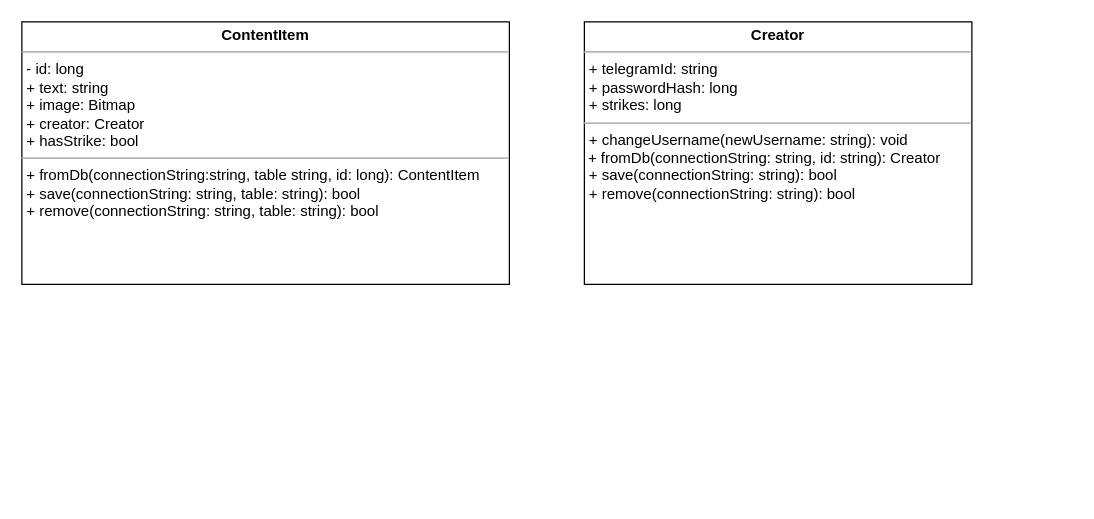
ankokovin/DevGAG-econ-law- keeps this draw.io diagram as econ/cetin/diagrams/class.drawio. Above is the earlier version. Source tidied: cells renumbered, new cells numbered last; positions are measured from the earlier drawing's top-left corner, leaving out a move shared by most shapes. Both pictures are drawn from the tidied source at 125%, with x=0, y=0 at pixel (21, 21).
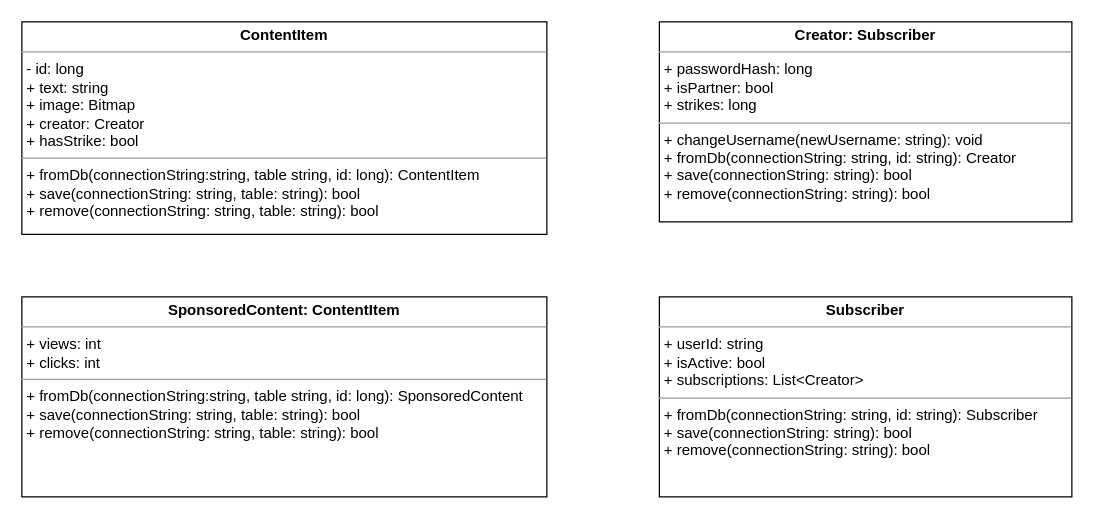
Above is the later version.

The edit, as a diff of the source:
```diff
@@
 <mxGraphModel background="#ffffff">
   <root>
     <mxCell id="0" />
     <mxCell id="1" parent="0" />
-    <mxCell id="2" value="&lt;p style=&quot;margin: 0px ; margin-top: 4px ; text-align: center&quot;&gt;&lt;b&gt;ContentItem&lt;/b&gt;&lt;/p&gt;&lt;hr size=&quot;1&quot;&gt;&lt;p style=&quot;margin: 0px ; margin-left: 4px&quot;&gt;- id: long&lt;br&gt;&lt;/p&gt;&lt;p style=&quot;margin: 0px ; margin-left: 4px&quot;&gt;+ text: string&lt;/p&gt;&lt;p style=&quot;margin: 0px ; margin-left: 4px&quot;&gt;+ image: Bitmap&lt;/p&gt;&lt;p style=&quot;margin: 0px ; margin-left: 4px&quot;&gt;+ creator: Creator&lt;/p&gt;&lt;p style=&quot;margin: 0px ; margin-left: 4px&quot;&gt;+ hasStrike: bool&lt;br&gt;&lt;/p&gt;&lt;hr size=&quot;1&quot;&gt;&lt;p style=&quot;margin: 0px ; margin-left: 4px&quot;&gt;+ fromDb(connectionString:string, table string, id: long): ContentItem&lt;/p&gt;&lt;p style=&quot;margin: 0px ; margin-left: 4px&quot;&gt;+ save(connectionString: string, table: string): bool&lt;/p&gt;&lt;p style=&quot;margin: 0px ; margin-left: 4px&quot;&gt;+ remove(connectionString: string, table: string): bool&lt;/p&gt;" style="verticalAlign=top;align=left;overflow=fill;fontSize=12;fontFamily=Helvetica;html=1;" parent="1" vertex="1">
-      <mxGeometry width="390" height="210" as="geometry" />
+    <mxCell id="2" value="&lt;p style=&quot;margin: 0px ; margin-top: 4px ; text-align: center&quot;&gt;&lt;b&gt;ContentItem&lt;/b&gt;&lt;/p&gt;&lt;hr size=&quot;1&quot;&gt;&lt;p style=&quot;margin: 0px ; margin-left: 4px&quot;&gt;- id: long&lt;br&gt;&lt;/p&gt;&lt;p style=&quot;margin: 0px ; margin-left: 4px&quot;&gt;+ text: string&lt;/p&gt;&lt;p style=&quot;margin: 0px ; margin-left: 4px&quot;&gt;+ image: Bitmap&lt;/p&gt;&lt;p style=&quot;margin: 0px ; margin-left: 4px&quot;&gt;+ creator: Creator&lt;/p&gt;&lt;p style=&quot;margin: 0px ; margin-left: 4px&quot;&gt;+ hasStrike: bool&lt;/p&gt;&lt;hr size=&quot;1&quot;&gt;&lt;p style=&quot;margin: 0px ; margin-left: 4px&quot;&gt;+ fromDb(connectionString:string, table string, id: long): ContentItem&lt;/p&gt;&lt;p style=&quot;margin: 0px ; margin-left: 4px&quot;&gt;+ save(connectionString: string, table: string): bool&lt;/p&gt;&lt;p style=&quot;margin: 0px ; margin-left: 4px&quot;&gt;+ remove(connectionString: string, table: string): bool&lt;/p&gt;" style="verticalAlign=top;align=left;overflow=fill;fontSize=12;fontFamily=Helvetica;html=1;" parent="1" vertex="1">
+      <mxGeometry width="420" height="170" as="geometry" />
     </mxCell>
-    <mxCell id="3" value="&lt;p style=&quot;margin: 0px ; margin-top: 4px ; text-align: center&quot;&gt;&lt;b&gt;Creator&lt;/b&gt;&lt;/p&gt;&lt;hr size=&quot;1&quot;&gt;&lt;p style=&quot;margin: 0px ; margin-left: 4px&quot;&gt;+ telegramId: string&lt;/p&gt;&lt;p style=&quot;margin: 0px ; margin-left: 4px&quot;&gt;+ passwordHash: long&lt;/p&gt;&lt;p style=&quot;margin: 0px ; margin-left: 4px&quot;&gt;+ strikes: long&lt;br&gt;&lt;/p&gt;&lt;hr size=&quot;1&quot;&gt;&lt;p style=&quot;margin: 0px ; margin-left: 4px&quot;&gt;+ changeUsername(newUsername: string): void&lt;br&gt;&lt;/p&gt;&amp;nbsp;+ fromDb(connectionString: string, id: string): Creator&lt;p style=&quot;margin: 0px ; margin-left: 4px&quot;&gt;+ save(connectionString: string): bool&lt;br&gt;&lt;/p&gt;&lt;p style=&quot;margin: 0px ; margin-left: 4px&quot;&gt;+ remove(connectionString: string): bool&lt;br&gt;&lt;/p&gt;" style="verticalAlign=top;align=left;overflow=fill;fontSize=12;fontFamily=Helvetica;html=1;" parent="1" vertex="1">
-      <mxGeometry x="450" width="310" height="210" as="geometry" />
+    <mxCell id="3" value="&lt;p style=&quot;margin: 0px ; margin-top: 4px ; text-align: center&quot;&gt;&lt;b&gt;Creator: Subscriber&lt;br&gt;&lt;/b&gt;&lt;/p&gt;&lt;hr size=&quot;1&quot;&gt;&lt;p style=&quot;margin: 0px ; margin-left: 4px&quot;&gt;+ passwordHash: long&lt;/p&gt;&lt;p style=&quot;margin: 0px ; margin-left: 4px&quot;&gt;+ isPartner: bool&lt;br&gt;&lt;/p&gt;&lt;p style=&quot;margin: 0px ; margin-left: 4px&quot;&gt;+ strikes: long&lt;br&gt;&lt;/p&gt;&lt;hr size=&quot;1&quot;&gt;&lt;p style=&quot;margin: 0px ; margin-left: 4px&quot;&gt;+ changeUsername(newUsername: string): void&lt;br&gt;&lt;/p&gt;&lt;p style=&quot;margin: 0px ; margin-left: 4px&quot;&gt; + fromDb(connectionString: string, id: string): Creator&lt;/p&gt;&lt;p style=&quot;margin: 0px ; margin-left: 4px&quot;&gt;+ save(connectionString: string): bool&lt;br&gt;&lt;/p&gt;&lt;p style=&quot;margin: 0px ; margin-left: 4px&quot;&gt;+ remove(connectionString: string): bool&lt;br&gt;&lt;/p&gt;" style="verticalAlign=top;align=left;overflow=fill;fontSize=12;fontFamily=Helvetica;html=1;" parent="1" vertex="1">
+      <mxGeometry x="510" width="330" height="160" as="geometry" />
     </mxCell>
+    <mxCell id="4" value="&lt;p style=&quot;margin: 0px ; margin-top: 4px ; text-align: center&quot;&gt;&lt;b&gt;Subscriber&lt;/b&gt;&lt;/p&gt;&lt;hr size=&quot;1&quot;&gt;&lt;p style=&quot;margin: 0px ; margin-left: 4px&quot;&gt;+ userId: string&lt;/p&gt;&lt;p style=&quot;margin: 0px ; margin-left: 4px&quot;&gt;+ isActive: bool&lt;/p&gt;&lt;p style=&quot;margin: 0px ; margin-left: 4px&quot;&gt;+ subscriptions: List&amp;lt;Creator&amp;gt;&lt;/p&gt;&lt;hr size=&quot;1&quot;&gt;&lt;p style=&quot;margin: 0px ; margin-left: 4px&quot;&gt;+ fromDb(connectionString: string, id: string): Subscriber&lt;/p&gt;&lt;p style=&quot;margin: 0px ; margin-left: 4px&quot;&gt;+ save(connectionString: string): bool&lt;/p&gt;&lt;p style=&quot;margin: 0px ; margin-left: 4px&quot;&gt;+ remove(connectionString: string): bool&lt;/p&gt;" style="verticalAlign=top;align=left;overflow=fill;fontSize=12;fontFamily=Helvetica;html=1;" parent="1" vertex="1">
+      <mxGeometry x="510" y="220" width="330" height="160" as="geometry" />
+    </mxCell>
+    <mxCell id="5" value="&lt;p style=&quot;margin: 0px ; margin-top: 4px ; text-align: center&quot;&gt;&lt;b&gt;SponsoredContent: ContentItem&lt;br&gt;&lt;/b&gt;&lt;/p&gt;&lt;hr size=&quot;1&quot;&gt;&lt;p style=&quot;margin: 0px ; margin-left: 4px&quot;&gt;+ views: int&lt;/p&gt;&lt;p style=&quot;margin: 0px ; margin-left: 4px&quot;&gt;+ clicks: int&lt;/p&gt;&lt;hr size=&quot;1&quot;&gt;&lt;p style=&quot;margin: 0px ; margin-left: 4px&quot;&gt;&lt;span&gt;+ fromDb(connectionString:string, table string, id: long): SponsoredContent&lt;/span&gt;&lt;br&gt;&lt;span&gt;+ save(connectionString: string, table: string): bool&lt;/span&gt;&lt;br&gt;&lt;span&gt;+ remove(connectionString: string, table: string): bool&lt;/span&gt;&lt;/p&gt;" style="verticalAlign=top;align=left;overflow=fill;fontSize=12;fontFamily=Helvetica;html=1;" parent="1" vertex="1">
+      <mxGeometry y="220" width="420" height="160" as="geometry" />
+    </mxCell>
   </root>
 </mxGraphModel>
```
